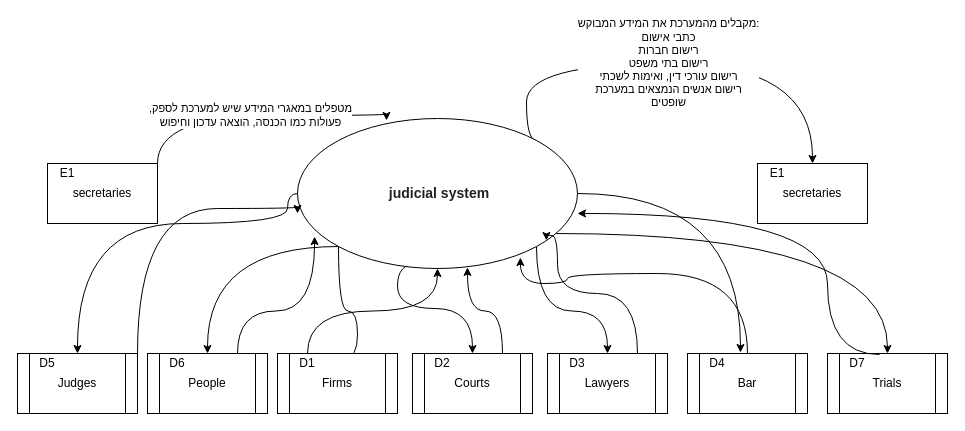
Earlier version of the draw.io diagram ContextualDFD.drawio (romhayh/law-and-order). Source tidied: cells renumbered, new cells numbered last; positions are measured from the earlier drawing's top-left corner, leaving out a move shared by most shapes. Both pictures are drawn from the tidied source at 100%, with x=0, y=0 at pixel (17, 63).
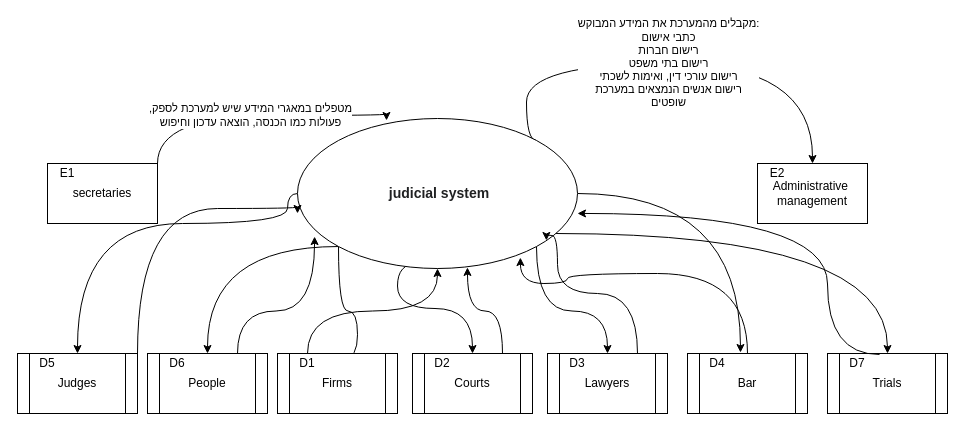
Above is the later version.

What changed in the source:
```diff
@@
-    <mxCell id="14" value="secretaries" style="rounded=0;whiteSpace=wrap;html=1;" parent="1" vertex="1">
+    <mxCell id="14" value="Administrative&amp;nbsp;&lt;br&gt;management" style="rounded=0;whiteSpace=wrap;html=1;" parent="1" vertex="1">
       <mxGeometry x="740" y="100" width="110" height="60" as="geometry" />
     </mxCell>
-    <mxCell id="15" value="E1" style="text;html=1;strokeColor=none;fillColor=none;align=center;verticalAlign=middle;whiteSpace=wrap;rounded=0;" parent="1" vertex="1">
+    <mxCell id="15" value="E2" style="text;html=1;strokeColor=none;fillColor=none;align=center;verticalAlign=middle;whiteSpace=wrap;rounded=0;" parent="1" vertex="1">
       <mxGeometry x="740" y="100" width="40" height="20" as="geometry" />
     </mxCell>
```
